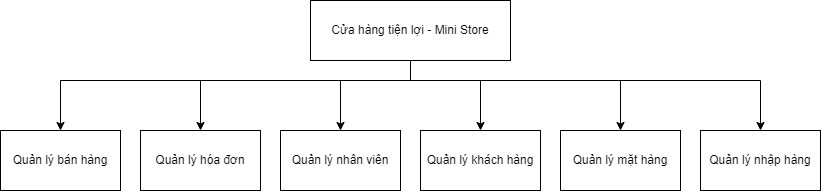
Earlier version of the draw.io export Document/ĐồÁn/Diagram/BFD Mức 1.png (EdgarIgnite16/HTTTDN-Project). Source tidied: cells renumbered, new cells last; positions are measured from the earlier drawing's top-left corner, leaving out a move shared by most shapes. Source of this version:
```xml
<mxGraphModel>
  <root>
    <mxCell id="0" />
    <mxCell id="1" parent="0" />
    <mxCell id="2" style="edgeStyle=orthogonalEdgeStyle;rounded=0;jettySize=auto;html=1;" parent="1" edge="1" source="8" target="14">
      <mxGeometry relative="1" as="geometry">
        <Array as="points">
          <mxPoint x="410" y="80" />
          <mxPoint x="480" y="80" />
        </Array>
      </mxGeometry>
    </mxCell>
    <mxCell id="3" style="edgeStyle=orthogonalEdgeStyle;rounded=0;jettySize=auto;html=1;" parent="1" edge="1" source="8" target="12">
      <mxGeometry relative="1" as="geometry">
        <Array as="points">
          <mxPoint x="410" y="80" />
          <mxPoint x="620" y="80" />
        </Array>
      </mxGeometry>
    </mxCell>
    <mxCell id="4" style="edgeStyle=orthogonalEdgeStyle;rounded=0;jettySize=auto;html=1;" parent="1" edge="1" source="8" target="13">
      <mxGeometry relative="1" as="geometry">
        <Array as="points">
          <mxPoint x="410" y="80" />
          <mxPoint x="760" y="80" />
        </Array>
      </mxGeometry>
    </mxCell>
    <mxCell id="5" style="edgeStyle=orthogonalEdgeStyle;rounded=0;jettySize=auto;html=1;" parent="1" edge="1" source="8" target="11">
      <mxGeometry relative="1" as="geometry">
        <Array as="points">
          <mxPoint x="410" y="80" />
          <mxPoint x="340" y="80" />
        </Array>
      </mxGeometry>
    </mxCell>
    <mxCell id="6" style="edgeStyle=orthogonalEdgeStyle;rounded=0;jettySize=auto;html=1;" parent="1" edge="1" source="8" target="10">
      <mxGeometry relative="1" as="geometry">
        <Array as="points">
          <mxPoint x="410" y="80" />
          <mxPoint x="200" y="80" />
        </Array>
      </mxGeometry>
    </mxCell>
    <mxCell id="7" style="edgeStyle=orthogonalEdgeStyle;rounded=0;jettySize=auto;html=1;" parent="1" edge="1" source="8" target="9">
      <mxGeometry relative="1" as="geometry">
        <Array as="points">
          <mxPoint x="410" y="80" />
          <mxPoint x="60" y="80" />
        </Array>
      </mxGeometry>
    </mxCell>
    <mxCell id="8" value="Cửa hàng tiện lợi - Mini Store" style="rounded=0;whiteSpace=wrap;html=1;" parent="1" vertex="1">
      <mxGeometry x="310" width="200" height="60" as="geometry" />
    </mxCell>
    <mxCell id="9" value="Quản lý bán hàng" style="rounded=0;whiteSpace=wrap;html=1;" parent="1" vertex="1">
      <mxGeometry y="130" width="120" height="60" as="geometry" />
    </mxCell>
    <mxCell id="10" value="Quản lý hóa đơn" style="whiteSpace=wrap;html=1;rounded=0;" parent="1" vertex="1">
      <mxGeometry x="140" y="130" width="120" height="60" as="geometry" />
    </mxCell>
    <mxCell id="11" value="Quản lý nhân viên" style="whiteSpace=wrap;html=1;rounded=0;" parent="1" vertex="1">
      <mxGeometry x="280" y="130" width="120" height="60" as="geometry" />
    </mxCell>
    <mxCell id="12" value="Quản lý mặt hàng" style="whiteSpace=wrap;html=1;rounded=0;" parent="1" vertex="1">
      <mxGeometry x="560" y="130" width="120" height="60" as="geometry" />
    </mxCell>
    <mxCell id="13" value="Quản lý nhập hàng" style="whiteSpace=wrap;html=1;rounded=0;" parent="1" vertex="1">
      <mxGeometry x="700" y="130" width="120" height="60" as="geometry" />
    </mxCell>
    <mxCell id="14" value="Quản lý khách hàng" style="whiteSpace=wrap;html=1;rounded=0;" parent="1" vertex="1">
      <mxGeometry x="420" y="130" width="120" height="60" as="geometry" />
    </mxCell>
  </root>
</mxGraphModel>
```
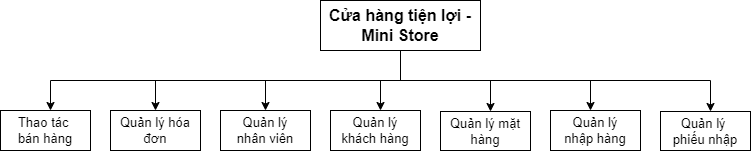
Above is the later version.

The edit, as a diff of the source:
```diff
@@ -5,71 +5,82 @@
     <mxCell id="2" style="edgeStyle=orthogonalEdgeStyle;rounded=0;jettySize=auto;html=1;" parent="1" edge="1" source="8" target="14">
       <mxGeometry relative="1" as="geometry">
         <Array as="points">
-          <mxPoint x="410" y="80" />
-          <mxPoint x="480" y="80" />
+          <mxPoint x="-390" y="-370" />
+          <mxPoint x="-410" y="-370" />
         </Array>
       </mxGeometry>
     </mxCell>
     <mxCell id="3" style="edgeStyle=orthogonalEdgeStyle;rounded=0;jettySize=auto;html=1;" parent="1" edge="1" source="8" target="12">
       <mxGeometry relative="1" as="geometry">
         <Array as="points">
-          <mxPoint x="410" y="80" />
-          <mxPoint x="620" y="80" />
+          <mxPoint x="-390" y="-370" />
+          <mxPoint x="-300" y="-370" />
         </Array>
       </mxGeometry>
     </mxCell>
     <mxCell id="4" style="edgeStyle=orthogonalEdgeStyle;rounded=0;jettySize=auto;html=1;" parent="1" edge="1" source="8" target="13">
       <mxGeometry relative="1" as="geometry">
         <Array as="points">
-          <mxPoint x="410" y="80" />
-          <mxPoint x="760" y="80" />
+          <mxPoint x="-390" y="-370" />
+          <mxPoint x="-200" y="-370" />
         </Array>
       </mxGeometry>
     </mxCell>
     <mxCell id="5" style="edgeStyle=orthogonalEdgeStyle;rounded=0;jettySize=auto;html=1;" parent="1" edge="1" source="8" target="11">
       <mxGeometry relative="1" as="geometry">
         <Array as="points">
-          <mxPoint x="410" y="80" />
-          <mxPoint x="340" y="80" />
+          <mxPoint x="-390" y="-370" />
+          <mxPoint x="-525" y="-370" />
         </Array>
       </mxGeometry>
     </mxCell>
     <mxCell id="6" style="edgeStyle=orthogonalEdgeStyle;rounded=0;jettySize=auto;html=1;" parent="1" edge="1" source="8" target="10">
       <mxGeometry relative="1" as="geometry">
         <Array as="points">
-          <mxPoint x="410" y="80" />
-          <mxPoint x="200" y="80" />
+          <mxPoint x="-390" y="-370" />
+          <mxPoint x="-635" y="-370" />
         </Array>
       </mxGeometry>
     </mxCell>
-    <mxCell id="7" style="edgeStyle=orthogonalEdgeStyle;rounded=0;jettySize=auto;html=1;" parent="1" edge="1" source="8" target="9">
-      <mxGeometry relative="1" as="geometry">
-        <Array as="points">
-          <mxPoint x="410" y="80" />
-          <mxPoint x="60" y="80" />
-        </Array>
-      </mxGeometry>
-    </mxCell>
+    <mxCell id="15" style="edgeStyle=orthogonalEdgeStyle;rounded=0;jettySize=auto;html=1;" parent="1" edge="1" source="8" target="16">
+      <mxGeometry relative="1" as="geometry">
+        <Array as="points">
+          <mxPoint x="-390" y="-370" />
+          <mxPoint x="-740" y="-370" />
+        </Array>
+      </mxGeometry>
+    </mxCell>
-    <mxCell id="8" value="Cửa hàng tiện lợi - Mini Store" style="rounded=0;whiteSpace=wrap;html=1;" parent="1" vertex="1">
-      <mxGeometry x="310" width="200" height="60" as="geometry" />
+    <mxCell id="8" value="&lt;font size=&quot;1&quot; style=&quot;&quot;&gt;&lt;b style=&quot;font-size: 16px;&quot;&gt;Cửa hàng tiện lợi - Mini Store&lt;/b&gt;&lt;/font&gt;" style="rounded=0;whiteSpace=wrap;html=1;" parent="1" vertex="1">
+      <mxGeometry x="-470" y="-450" width="160" height="50" as="geometry" />
     </mxCell>
-    <mxCell id="9" value="Quản lý bán hàng" style="rounded=0;whiteSpace=wrap;html=1;" parent="1" vertex="1">
-      <mxGeometry y="130" width="120" height="60" as="geometry" />
-    </mxCell>
+    <mxCell id="16" value="Thao tác&amp;nbsp;&lt;div&gt;bán hàng&lt;/div&gt;" style="rounded=0;whiteSpace=wrap;html=1;fontSize=13;spacingTop=4;spacing=4;spacingRight=4;spacingBottom=4;spacingLeft=4;" parent="1" vertex="1">
+      <mxGeometry x="-790" y="-340" width="90" height="40" as="geometry" />
+    </mxCell>
-    <mxCell id="10" value="Quản lý hóa đơn" style="whiteSpace=wrap;html=1;rounded=0;" parent="1" vertex="1">
-      <mxGeometry x="140" y="130" width="120" height="60" as="geometry" />
+    <mxCell id="10" value="Quản lý hóa đơn" style="whiteSpace=wrap;html=1;rounded=0;fontSize=13;spacingTop=4;spacing=4;spacingRight=4;spacingBottom=4;spacingLeft=4;" parent="1" vertex="1">
+      <mxGeometry x="-680" y="-340" width="90" height="40" as="geometry" />
     </mxCell>
-    <mxCell id="11" value="Quản lý nhân viên" style="whiteSpace=wrap;html=1;rounded=0;" parent="1" vertex="1">
-      <mxGeometry x="280" y="130" width="120" height="60" as="geometry" />
+    <mxCell id="11" value="Quản lý nhân viên" style="whiteSpace=wrap;html=1;rounded=0;fontSize=13;spacingTop=4;spacing=4;spacingRight=4;spacingBottom=4;spacingLeft=4;" parent="1" vertex="1">
+      <mxGeometry x="-570" y="-340" width="90" height="40" as="geometry" />
     </mxCell>
-    <mxCell id="12" value="Quản lý mặt hàng" style="whiteSpace=wrap;html=1;rounded=0;" parent="1" vertex="1">
-      <mxGeometry x="560" y="130" width="120" height="60" as="geometry" />
+    <mxCell id="12" value="Quản lý mặt hàng" style="whiteSpace=wrap;html=1;rounded=0;fontSize=13;spacingTop=4;spacing=4;spacingRight=4;spacingBottom=4;spacingLeft=4;" parent="1" vertex="1">
+      <mxGeometry x="-350" y="-339" width="90" height="39" as="geometry" />
     </mxCell>
-    <mxCell id="13" value="Quản lý nhập hàng" style="whiteSpace=wrap;html=1;rounded=0;" parent="1" vertex="1">
-      <mxGeometry x="700" y="130" width="120" height="60" as="geometry" />
+    <mxCell id="13" value="Quản lý nhập hàng" style="whiteSpace=wrap;html=1;rounded=0;fontSize=13;spacingTop=4;spacing=4;spacingRight=4;spacingBottom=4;spacingLeft=4;" parent="1" vertex="1">
+      <mxGeometry x="-240" y="-340" width="90" height="40" as="geometry" />
     </mxCell>
-    <mxCell id="14" value="Quản lý khách hàng" style="whiteSpace=wrap;html=1;rounded=0;" parent="1" vertex="1">
-      <mxGeometry x="420" y="130" width="120" height="60" as="geometry" />
+    <mxCell id="14" value="Quản lý khách hàng" style="whiteSpace=wrap;html=1;rounded=0;fontSize=13;spacingTop=4;spacing=4;spacingRight=4;spacingBottom=4;spacingLeft=4;" parent="1" vertex="1">
+      <mxGeometry x="-460" y="-340" width="90" height="40" as="geometry" />
     </mxCell>
+    <mxCell id="17" value="Quản lý&amp;nbsp;&lt;div&gt;phiếu nhập&lt;/div&gt;" style="whiteSpace=wrap;html=1;rounded=0;fontSize=13;spacingTop=4;spacing=4;spacingRight=4;spacingBottom=4;spacingLeft=4;" parent="1" vertex="1">
+      <mxGeometry x="-130" y="-339" width="90" height="39" as="geometry" />
+    </mxCell>
+    <mxCell id="18" style="edgeStyle=orthogonalEdgeStyle;rounded=0;jettySize=auto;html=1;" parent="1" edge="1" source="8" target="17">
+      <mxGeometry relative="1" as="geometry">
+        <Array as="points">
+          <mxPoint x="-390" y="-370" />
+          <mxPoint x="-80" y="-370" />
+        </Array>
+      </mxGeometry>
+    </mxCell>
   </root>
 </mxGraphModel>
```
